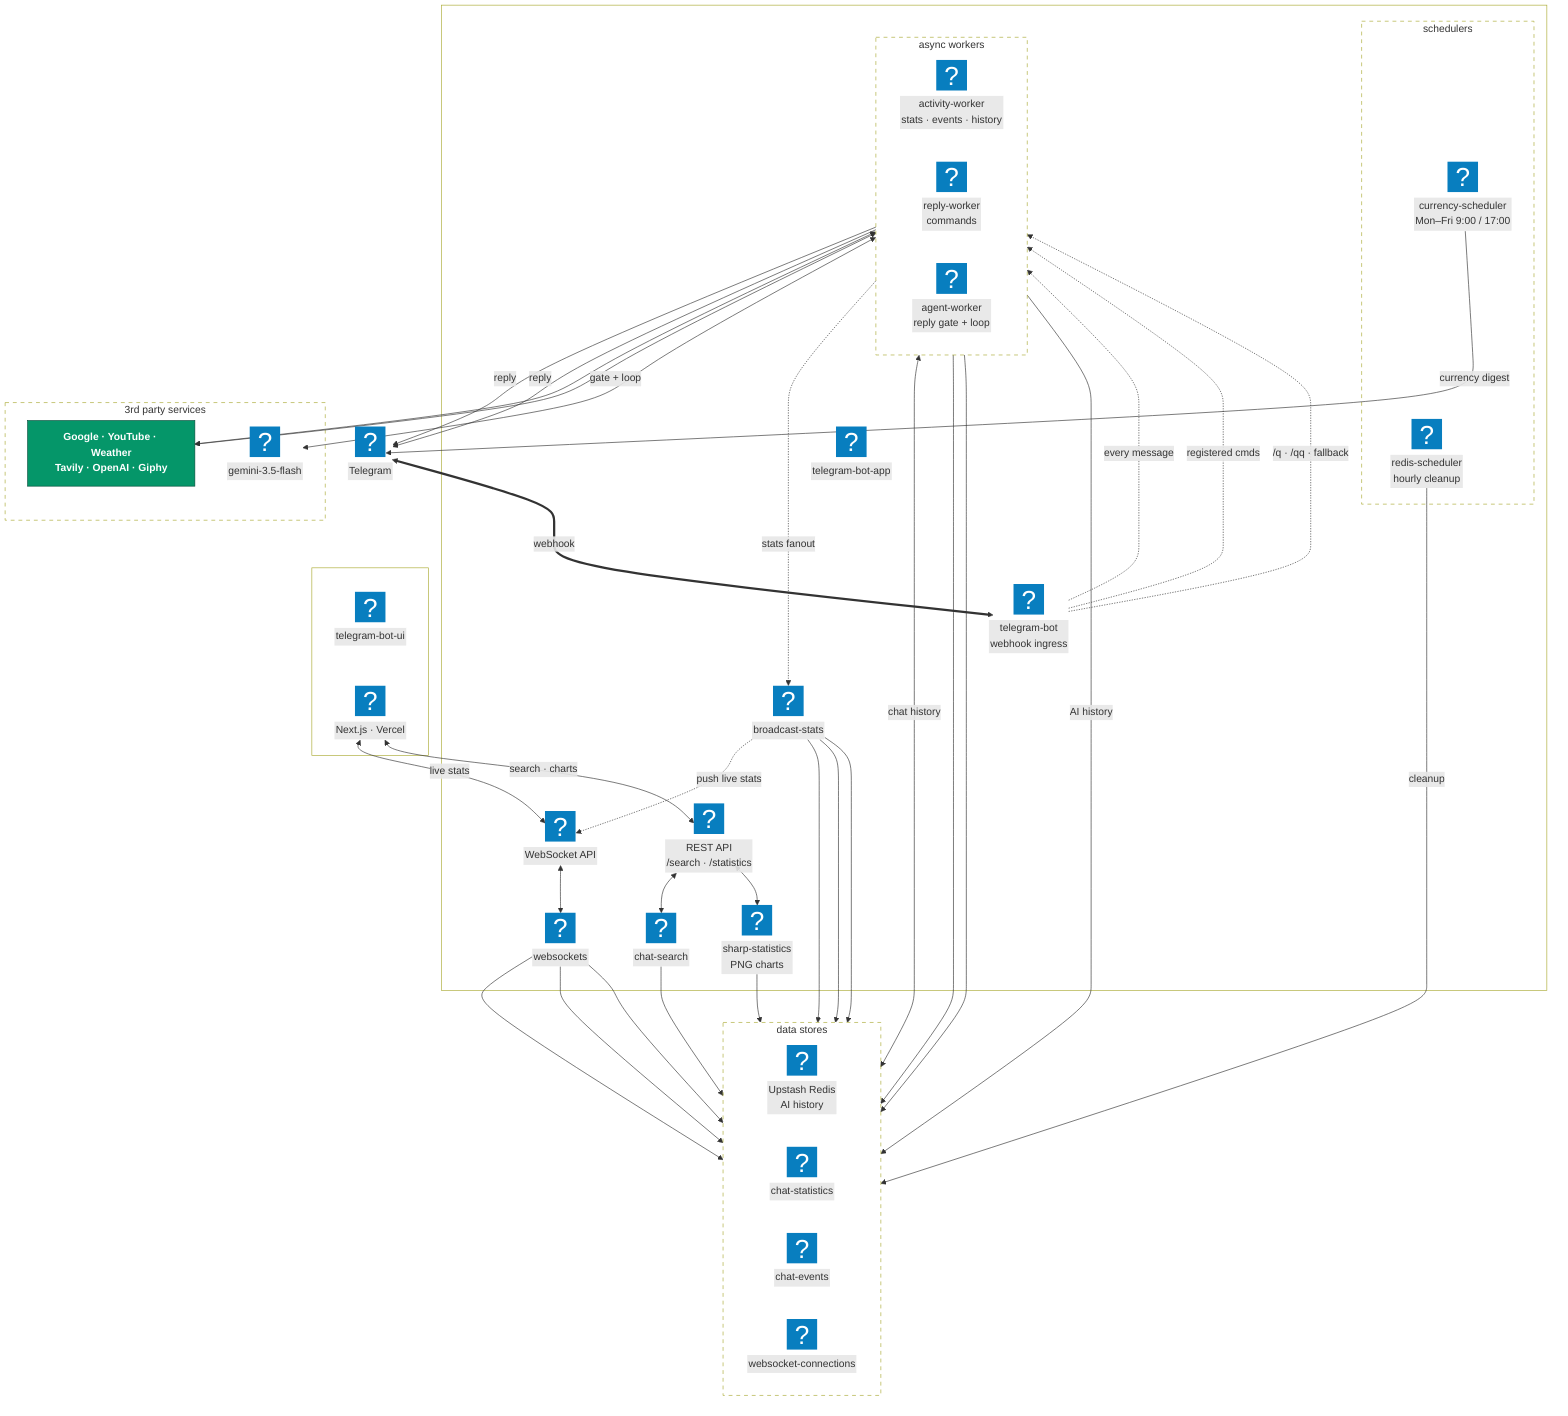
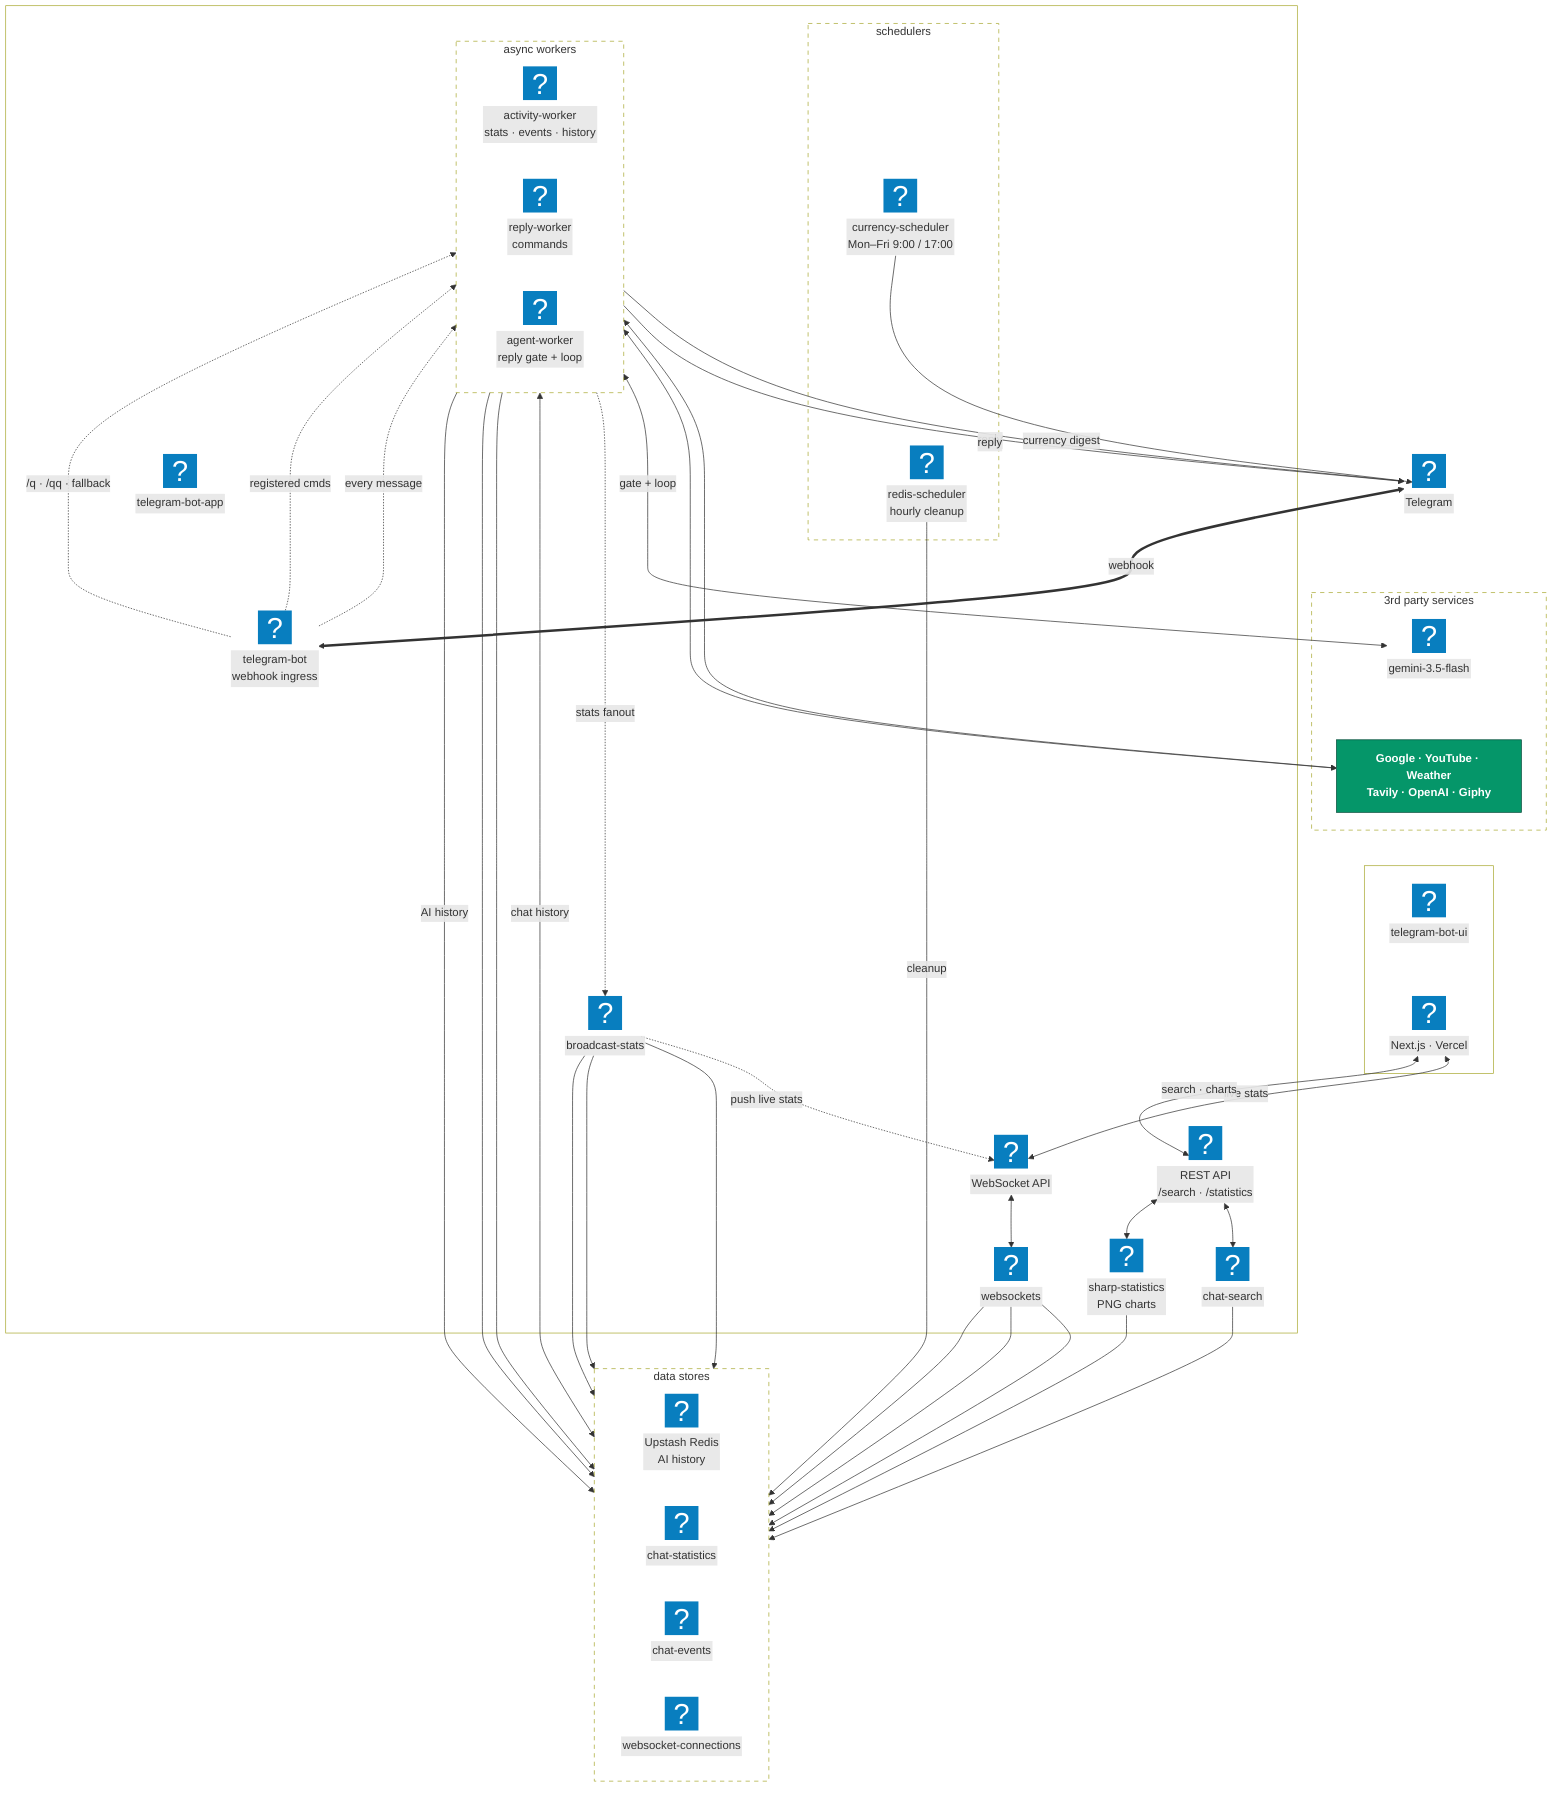
flowchart TB
  subgraph APP[" "]
    GHAPP@{ icon: "mdi:github", label: "telegram-bot-app", h: 36 }

    subgraph SCHED["schedulers"]
      CRON1@{ icon: "logos:aws-eventbridge", label: "currency-scheduler<br/>Mon–Fri 9:00 / 17:00", h: 38 }
      CRON2@{ icon: "logos:aws-eventbridge", label: "redis-scheduler<br/>hourly cleanup", h: 38 }
    end

    BOT@{ icon: "logos:aws-lambda", label: "telegram-bot<br/>webhook ingress", h: 42 }

    subgraph WORKERS["async workers"]
      direction LR
      ACT@{ icon: "logos:aws-lambda", label: "activity-worker<br/>stats · events · history", h: 42 }
      REPLY@{ icon: "logos:aws-lambda", label: "reply-worker<br/>commands", h: 42 }
      AGENT@{ icon: "logos:aws-lambda", label: "agent-worker<br/>reply gate + loop", h: 42 }
    end

    BCAST@{ icon: "logos:aws-lambda", label: "broadcast-stats", h: 42 }
    WSL@{ icon: "logos:aws-lambda", label: "websockets", h: 42 }
    SEARCH@{ icon: "logos:aws-lambda", label: "chat-search", h: 42 }
    IMG@{ icon: "logos:aws-lambda", label: "sharp-statistics<br/>PNG charts", h: 42 }

    WSS@{ icon: "logos:aws-api-gateway", label: "WebSocket API", h: 40 }
    HTTP@{ icon: "logos:aws-api-gateway", label: "REST API<br/>/search · /statistics", h: 40 }
  end

  TG@{ icon: "logos:telegram", label: "Telegram", h: 46 }

  subgraph UIBOX[" "]
    GHUI@{ icon: "mdi:github", label: "telegram-bot-ui", h: 36 }
    NEXT@{ icon: "simple-icons:nextdotjs", label: "Next.js · Vercel", h: 40 }
  end

  subgraph THIRD["3rd party services"]
    GEM@{ icon: "logos:google-gemini", label: "gemini-3.5-flash", h: 38 }
    APIS["Google · YouTube · Weather<br/>Tavily · OpenAI · Giphy"]:::ext
  end

  subgraph DATA["data stores"]
    direction LR
    REDIS@{ icon: "logos:redis", label: "Upstash Redis<br/>AI history", h: 40 }
    STATS@{ icon: "logos:aws-dynamodb", label: "chat-statistics", h: 40 }
    EVENTS@{ icon: "logos:aws-dynamodb", label: "chat-events", h: 40 }
    CONNS@{ icon: "logos:aws-dynamodb", label: "websocket-connections", h: 40 }
  end

  GHAPP ~~~ BOT
  CRON1 ~~~ CRON2
-   TG ~~~ GHUI
+   TG ~~~ GEM
+   GEM ~~~ APIS
+   APIS ~~~ GHUI
  GHUI ~~~ NEXT
-   GEM ~~~ CONNS

  CRON1 -->|"currency digest"| TG
  CRON2 -->|"cleanup"| REDIS
  TG <==>|"webhook"| BOT

  BOT -.->|"every message"| ACT
  BOT -.->|"registered cmds"| REPLY
  BOT -.->|"/q · /qq · fallback"| AGENT

  REPLY -->|"reply"| TG
  AGENT -->|"reply"| TG
  REPLY <--> APIS
  AGENT <--> APIS
  AGENT <-->|"gate + loop"| GEM
  AGENT <-->|"chat history"| REDIS

  ACT --> STATS & EVENTS
  ACT -->|"AI history"| REDIS
  ACT -.->|"stats fanout"| BCAST

  BCAST --> STATS & EVENTS & CONNS
  WSL --> STATS & EVENTS & CONNS
  SEARCH --> STATS
  IMG --> EVENTS

  BCAST -.->|"push live stats"| WSS
  WSS <--> WSL
  HTTP <--> SEARCH
  HTTP <--> IMG

  NEXT <-->|"live stats"| WSS
  NEXT <-->|"search · charts"| HTTP

  classDef ext fill:#059669,stroke:#064e3b,color:#ffffff,font-weight:bold
  style SCHED fill:transparent,stroke-dasharray:6 6
  style WORKERS fill:transparent,stroke-dasharray:6 6
  style THIRD fill:transparent,stroke-dasharray:6 6
  style DATA fill:transparent,stroke-dasharray:6 6
  style APP fill:transparent
  style UIBOX fill:transparent
